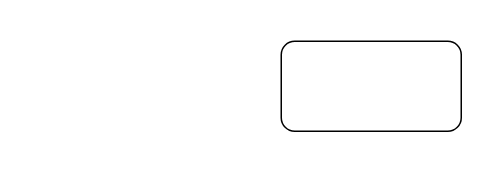
SchoolOfCode/w3d5_landing-page-hackathon-farah-and-kal keeps this draw.io diagram as user.drawio. Above is the earlier version. Source tidied: cells renumbered, new cells numbered last; positions are measured from the earlier drawing's top-left corner, leaving out a move shared by most shapes. Both pictures are drawn from the tidied source at 150%, with x=0, y=0 at pixel (280, 40).
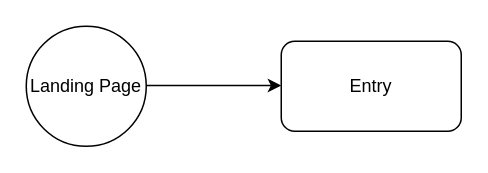
The same diagram, later.

Commit message:
Starting user journey

What changed in the source:
```diff
@@
 <mxGraphModel>
   <root>
     <mxCell id="0" />
     <mxCell id="1" parent="0" />
-    <mxCell id="2" style="rounded=1;whiteSpace=wrap;html=1;" parent="1" vertex="1">
+    <mxCell id="2" value="Entry" style="rounded=1;whiteSpace=wrap;html=1;" parent="1" vertex="1">
       <mxGeometry width="120" height="60" as="geometry" />
     </mxCell>
+    <mxCell id="3" style="endArrow=classic;html=1;" parent="1" edge="1">
+      <mxGeometry relative="1" as="geometry">
+        <mxPoint x="-90" y="29.5" as="sourcePoint" />
+        <mxPoint y="29.5" as="targetPoint" />
+        <Array as="points">
+          <mxPoint x="-40" y="29.5" />
+        </Array>
+      </mxGeometry>
+    </mxCell>
+    <mxCell id="4" value="Landing Page" style="ellipse;whiteSpace=wrap;html=1;" parent="1" vertex="1">
+      <mxGeometry x="-170" y="-10" width="80" height="80" as="geometry" />
+    </mxCell>
   </root>
 </mxGraphModel>
```
